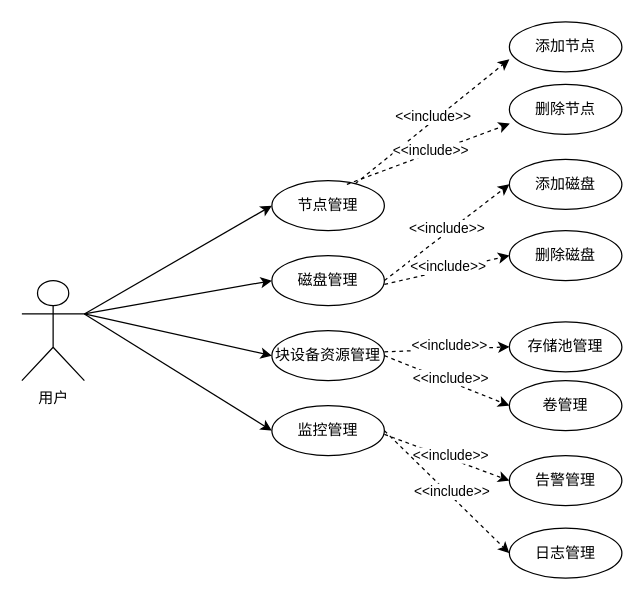
Earlier version of the draw.io diagram 类图.drawio (182023229/image). Source tidied: cells renumbered, new cells numbered last; positions are measured from the earlier drawing's top-left corner, leaving out a move shared by most shapes. Both pictures are drawn from the tidied source at 125%, with x=0, y=0 at pixel (21, 21).
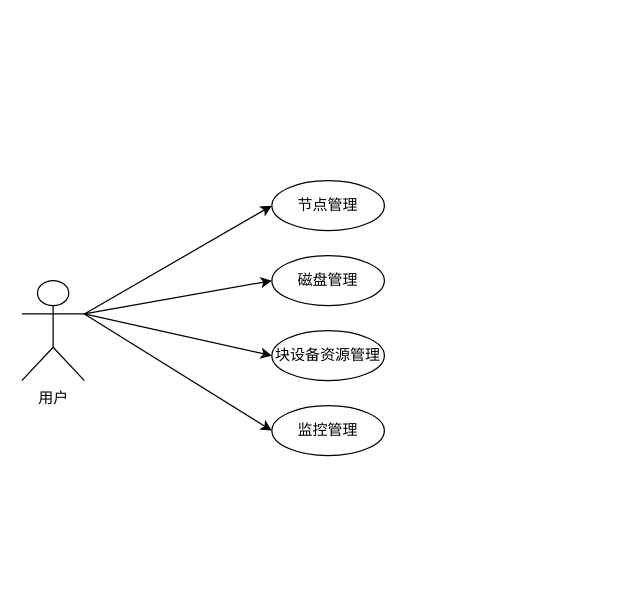
After the change.

The change refers to these unchanged cells:
```xml
<mxCell id="9" value="节点管理" style="ellipse;whiteSpace=wrap;html=1;" parent="1" vertex="1">
  <mxGeometry x="200" y="127" width="90" height="40" as="geometry" />
</mxCell>
<mxCell id="11" value="监控管理" style="ellipse;whiteSpace=wrap;html=1;" parent="1" vertex="1">
  <mxGeometry x="200" y="307" width="90" height="40" as="geometry" />
</mxCell>
<mxCell id="12" value="块设备资源管理" style="ellipse;whiteSpace=wrap;html=1;" parent="1" vertex="1">
  <mxGeometry x="200" y="247" width="90" height="40" as="geometry" />
</mxCell>
```

Diff of the diagram source:
```diff
@@
-    <mxCell id="7" style="rounded=0;jettySize=auto;html=1;entryX=0;entryY=0.75;entryDx=0;entryDy=0;entryPerimeter=0;elbow=vertical;dashed=1;" parent="1" edge="1" source="9" target="13">
-      <mxGeometry relative="1" as="geometry" />
-    </mxCell>
-    <mxCell id="8" value="&amp;lt;&amp;lt;include&amp;gt;&amp;gt;" style="edgeLabel;html=1;align=center;verticalAlign=middle;" parent="7" vertex="1">
-      <mxGeometry x="0.03" y="3" relative="1" as="geometry" />
-    </mxCell>
@@
-    <mxCell id="13" value="添加节点" style="ellipse;whiteSpace=wrap;html=1;" parent="1" vertex="1">
-      <mxGeometry x="390" width="90" height="40" as="geometry" />
-    </mxCell>
-    <mxCell id="14" value="删除节点" style="ellipse;whiteSpace=wrap;html=1;" parent="1" vertex="1">
-      <mxGeometry x="390" y="50" width="90" height="40" as="geometry" />
-    </mxCell>
-    <mxCell id="15" value="添加磁盘" style="ellipse;whiteSpace=wrap;html=1;" parent="1" vertex="1">
-      <mxGeometry x="390" y="110" width="90" height="40" as="geometry" />
-    </mxCell>
-    <mxCell id="16" value="删除磁盘" style="ellipse;whiteSpace=wrap;html=1;" parent="1" vertex="1">
-      <mxGeometry x="390" y="167" width="90" height="40" as="geometry" />
-    </mxCell>
-    <mxCell id="17" style="rounded=0;jettySize=auto;html=1;entryX=0.004;entryY=0.785;entryDx=0;entryDy=0;entryPerimeter=0;elbow=vertical;dashed=1;" parent="1" edge="1" target="14">
-      <mxGeometry relative="1" as="geometry">
-        <mxPoint x="260" y="130" as="sourcePoint" />
-      </mxGeometry>
-    </mxCell>
-    <mxCell id="18" value="&amp;lt;&amp;lt;include&amp;gt;&amp;gt;" style="edgeLabel;html=1;align=center;verticalAlign=middle;" parent="17" vertex="1">
-      <mxGeometry x="0.03" y="3" relative="1" as="geometry" />
-    </mxCell>
-    <mxCell id="19" value="卷管理" style="ellipse;whiteSpace=wrap;html=1;" parent="1" vertex="1">
-      <mxGeometry x="390" y="287" width="90" height="40" as="geometry" />
-    </mxCell>
-    <mxCell id="20" value="存储池管理" style="ellipse;whiteSpace=wrap;html=1;" parent="1" vertex="1">
-      <mxGeometry x="390" y="240" width="90" height="40" as="geometry" />
-    </mxCell>
-    <mxCell id="21" value="告警管理" style="ellipse;whiteSpace=wrap;html=1;" parent="1" vertex="1">
-      <mxGeometry x="390" y="347" width="90" height="40" as="geometry" />
-    </mxCell>
-    <mxCell id="22" value="日志管理" style="ellipse;whiteSpace=wrap;html=1;" parent="1" vertex="1">
-      <mxGeometry x="390" y="405" width="90" height="40" as="geometry" />
-    </mxCell>
-    <mxCell id="23" style="rounded=0;jettySize=auto;html=1;elbow=vertical;dashed=1;entryX=0;entryY=0.5;entryDx=0;entryDy=0;" parent="1" edge="1" target="15">
-      <mxGeometry relative="1" as="geometry">
-        <mxPoint x="290" y="207" as="sourcePoint" />
-      </mxGeometry>
-    </mxCell>
-    <mxCell id="24" value="&amp;lt;&amp;lt;include&amp;gt;&amp;gt;" style="edgeLabel;html=1;align=center;verticalAlign=middle;" parent="23" vertex="1">
-      <mxGeometry x="0.03" y="3" relative="1" as="geometry" />
-    </mxCell>
-    <mxCell id="25" style="rounded=0;jettySize=auto;html=1;elbow=vertical;dashed=1;entryX=0;entryY=0.5;entryDx=0;entryDy=0;" parent="1" edge="1" target="16">
-      <mxGeometry relative="1" as="geometry">
-        <mxPoint x="290" y="210" as="sourcePoint" />
-      </mxGeometry>
-    </mxCell>
-    <mxCell id="26" value="&amp;lt;&amp;lt;include&amp;gt;&amp;gt;" style="edgeLabel;html=1;align=center;verticalAlign=middle;" parent="25" vertex="1">
-      <mxGeometry x="0.03" y="3" relative="1" as="geometry" />
-    </mxCell>
-    <mxCell id="27" style="rounded=0;jettySize=auto;html=1;elbow=vertical;dashed=1;entryX=0;entryY=0.5;entryDx=0;entryDy=0;" parent="1" edge="1" target="20">
-      <mxGeometry relative="1" as="geometry">
-        <mxPoint x="290" y="264" as="sourcePoint" />
-      </mxGeometry>
-    </mxCell>
-    <mxCell id="28" value="&amp;lt;&amp;lt;include&amp;gt;&amp;gt;" style="edgeLabel;html=1;align=center;verticalAlign=middle;" parent="27" vertex="1">
-      <mxGeometry x="0.03" y="3" relative="1" as="geometry" />
-    </mxCell>
-    <mxCell id="29" style="rounded=0;jettySize=auto;html=1;elbow=vertical;dashed=1;exitX=1;exitY=0.5;exitDx=0;exitDy=0;entryX=0;entryY=0.5;entryDx=0;entryDy=0;" parent="1" edge="1" source="12" target="19">
-      <mxGeometry relative="1" as="geometry" />
-    </mxCell>
-    <mxCell id="30" value="&amp;lt;&amp;lt;include&amp;gt;&amp;gt;" style="edgeLabel;html=1;align=center;verticalAlign=middle;" parent="29" vertex="1">
-      <mxGeometry x="0.03" y="3" relative="1" as="geometry" />
-    </mxCell>
-    <mxCell id="31" style="rounded=0;jettySize=auto;html=1;elbow=vertical;dashed=1;exitX=1;exitY=0.5;exitDx=0;exitDy=0;entryX=0;entryY=0.5;entryDx=0;entryDy=0;entryPerimeter=0;" parent="1" edge="1" target="21">
-      <mxGeometry relative="1" as="geometry">
-        <mxPoint x="290" y="330" as="sourcePoint" />
-      </mxGeometry>
-    </mxCell>
-    <mxCell id="32" value="&amp;lt;&amp;lt;include&amp;gt;&amp;gt;" style="edgeLabel;html=1;align=center;verticalAlign=middle;" parent="31" vertex="1">
-      <mxGeometry x="0.03" y="3" relative="1" as="geometry" />
-    </mxCell>
-    <mxCell id="33" style="rounded=0;jettySize=auto;html=1;elbow=vertical;dashed=1;exitX=1;exitY=0.5;exitDx=0;exitDy=0;entryX=0;entryY=0.5;entryDx=0;entryDy=0;" parent="1" edge="1" source="11" target="22">
-      <mxGeometry relative="1" as="geometry" />
-    </mxCell>
-    <mxCell id="34" value="&amp;lt;&amp;lt;include&amp;gt;&amp;gt;" style="edgeLabel;html=1;align=center;verticalAlign=middle;" parent="33" vertex="1">
-      <mxGeometry x="0.03" y="3" relative="1" as="geometry" />
-    </mxCell>
```
